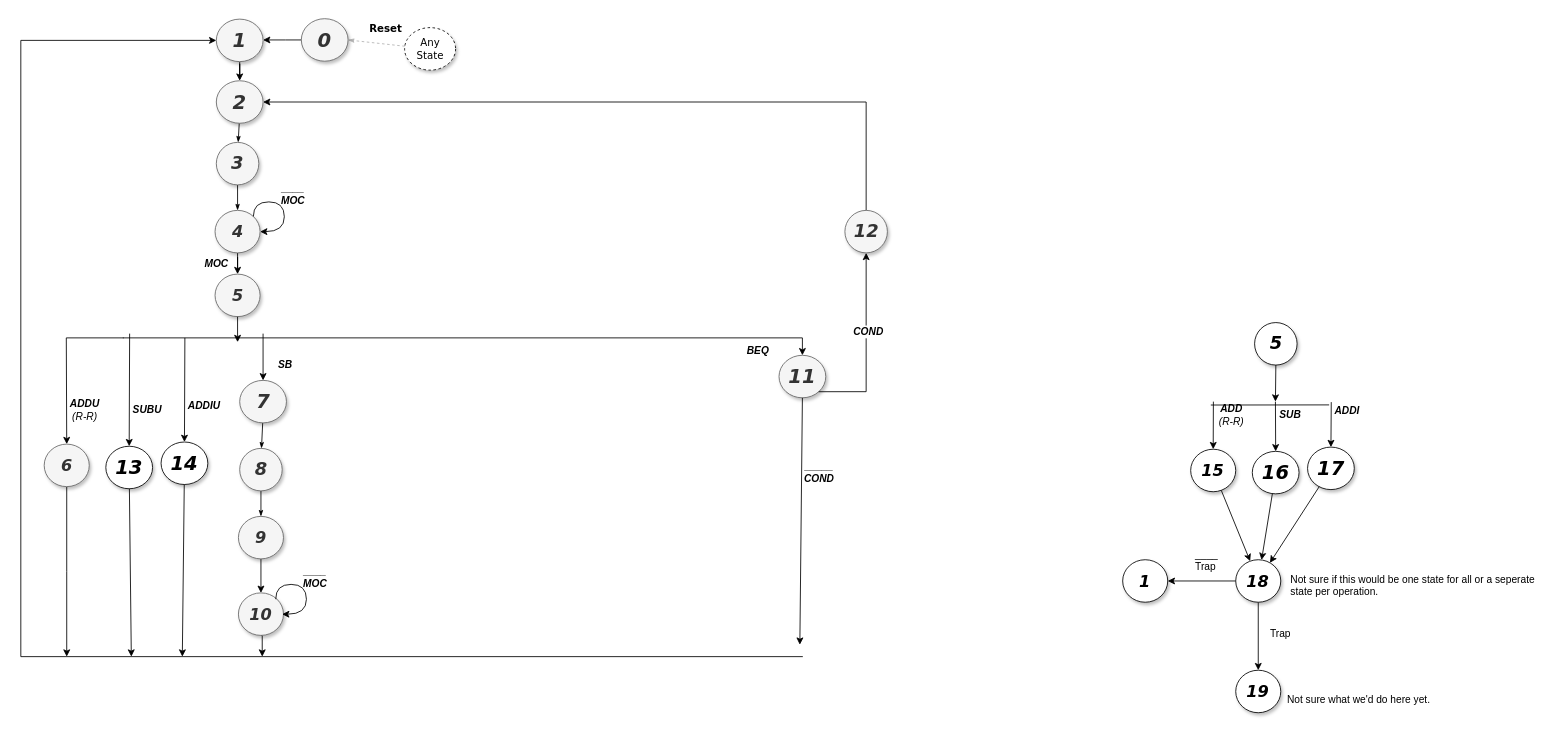
Earlier version of the draw.io diagram CPU_State_Diag.drawio (TheParodicts/MIPS_CPU_Diagram). Source tidied: cells renumbered, new cells numbered last; positions are measured from the earlier drawing's top-left corner, leaving out a move shared by most shapes. Both pictures are drawn from the tidied source at 85%, with x=0, y=0 at pixel (20, 19).
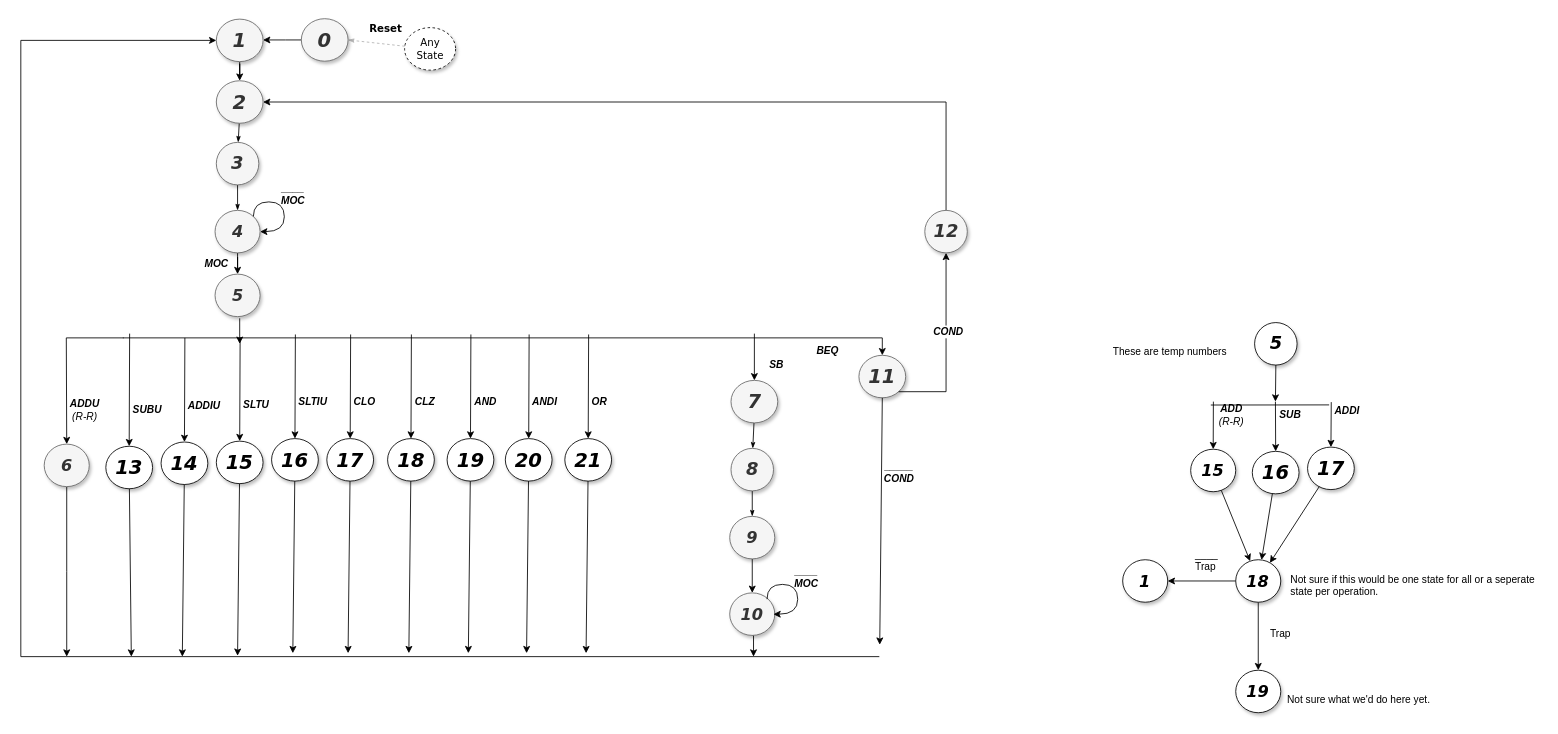
The same diagram, later.

The change refers to these unchanged cells:
```xml
<mxCell id="5" value="&lt;b&gt;&lt;i&gt;&lt;font style=&quot;font-size: 23px&quot;&gt;2&lt;/font&gt;&lt;/i&gt;&lt;/b&gt;" style="ellipse;whiteSpace=wrap;html=1;rounded=0;shadow=1;comic=0;labelBackgroundColor=none;strokeColor=#666666;strokeWidth=1;fillColor=#f5f5f5;fontFamily=Verdana;fontSize=12;fontColor=#333333;align=center;" parent="1" vertex="1">
  <mxGeometry x="230" y="72.5" width="55" height="50" as="geometry" />
</mxCell>
<mxCell id="9" value="&lt;b&gt;&lt;i&gt;&lt;font style=&quot;font-size: 23px&quot;&gt;1&lt;/font&gt;&lt;/i&gt;&lt;/b&gt;" style="ellipse;whiteSpace=wrap;html=1;rounded=0;shadow=1;comic=0;labelBackgroundColor=none;strokeColor=#666666;strokeWidth=1;fillColor=#f5f5f5;fontFamily=Verdana;fontSize=12;fontColor=#333333;align=center;" parent="1" vertex="1">
  <mxGeometry x="230" width="55" height="50" as="geometry" />
</mxCell>
<mxCell id="14" value="&lt;span&gt;&lt;b&gt;&lt;i&gt;&lt;font style=&quot;font-size: 19px&quot;&gt;5&lt;/font&gt;&lt;/i&gt;&lt;/b&gt;&lt;/span&gt;" style="ellipse;whiteSpace=wrap;html=1;rounded=0;shadow=1;comic=0;labelBackgroundColor=none;strokeColor=#666666;strokeWidth=1;fillColor=#f5f5f5;fontFamily=Verdana;fontSize=12;fontColor=#333333;align=center;" parent="1" vertex="1">
  <mxGeometry x="228.5" y="300" width="53" height="50" as="geometry" />
</mxCell>
```

The edit, as a diff of the source:
```diff
@@
     <mxCell id="23" style="endArrow=classic;html=1;edgeStyle=orthogonalEdgeStyle;rounded=0;" parent="1" edge="1" target="9">
       <mxGeometry relative="1" as="geometry">
-        <mxPoint x="920" y="750" as="sourcePoint" />
+        <mxPoint x="1010" y="750" as="sourcePoint" />
         <Array as="points">
           <mxPoint y="750" />
           <mxPoint y="25" />
         </Array>
       </mxGeometry>
     </mxCell>
@@
     <mxCell id="25" value="&lt;span style=&quot;font-size: 23px&quot;&gt;&lt;b&gt;&lt;i&gt;7&lt;/i&gt;&lt;/b&gt;&lt;/span&gt;" style="ellipse;whiteSpace=wrap;html=1;rounded=0;shadow=1;comic=0;labelBackgroundColor=none;strokeColor=#666666;strokeWidth=1;fillColor=#f5f5f5;fontFamily=Verdana;fontSize=12;fontColor=#333333;align=center;" parent="1" vertex="1">
-      <mxGeometry x="257.5" y="425" width="55" height="50" as="geometry" />
+      <mxGeometry x="835.5" y="425" width="55" height="50" as="geometry" />
     </mxCell>
@@
     <mxCell id="27" value="&lt;span&gt;&lt;b&gt;&lt;i&gt;&lt;font style=&quot;font-size: 21px&quot;&gt;8&lt;/font&gt;&lt;/i&gt;&lt;/b&gt;&lt;/span&gt;" style="ellipse;whiteSpace=wrap;html=1;rounded=0;shadow=1;comic=0;labelBackgroundColor=none;strokeColor=#666666;strokeWidth=1;fillColor=#f5f5f5;fontFamily=Verdana;fontSize=12;fontColor=#333333;align=center;" parent="1" vertex="1">
-      <mxGeometry x="257.5" y="505" width="50" height="50" as="geometry" />
+      <mxGeometry x="835.5" y="505" width="50" height="50" as="geometry" />
     </mxCell>
@@
     <mxCell id="29" value="&lt;span&gt;&lt;b&gt;&lt;i&gt;&lt;font style=&quot;font-size: 19px&quot;&gt;9&lt;/font&gt;&lt;/i&gt;&lt;/b&gt;&lt;/span&gt;" style="ellipse;whiteSpace=wrap;html=1;rounded=0;shadow=1;comic=0;labelBackgroundColor=none;strokeColor=#666666;strokeWidth=1;fillColor=#f5f5f5;fontFamily=Verdana;fontSize=12;fontColor=#333333;align=center;" parent="1" vertex="1">
-      <mxGeometry x="256" y="585" width="53" height="50" as="geometry" />
+      <mxGeometry x="834" y="585" width="53" height="50" as="geometry" />
     </mxCell>
     <mxCell id="30" style="edgeStyle=orthogonalEdgeStyle;rounded=0;jettySize=auto;html=1;exitX=0.5;exitY=1;exitDx=0;exitDy=0;strokeColor=#000000;" parent="1" edge="1" source="31">
       <mxGeometry relative="1" as="geometry">
-        <mxPoint x="284" y="750" as="targetPoint" />
+        <mxPoint x="862" y="750" as="targetPoint" />
       </mxGeometry>
     </mxCell>
     <mxCell id="31" value="&lt;span&gt;&lt;b&gt;&lt;i&gt;&lt;font style=&quot;font-size: 19px&quot;&gt;10&lt;/font&gt;&lt;/i&gt;&lt;/b&gt;&lt;/span&gt;" style="ellipse;whiteSpace=wrap;html=1;rounded=0;shadow=1;comic=0;labelBackgroundColor=none;strokeColor=#666666;strokeWidth=1;fillColor=#f5f5f5;fontFamily=Verdana;fontSize=12;fontColor=#333333;align=center;" parent="1" vertex="1">
-      <mxGeometry x="256" y="675" width="53" height="50" as="geometry" />
+      <mxGeometry x="834" y="675" width="53" height="50" as="geometry" />
     </mxCell>
     <mxCell id="32" style="edgeStyle=orthogonalEdgeStyle;rounded=0;orthogonalLoop=1;jettySize=auto;html=1;exitX=1;exitY=0;exitDx=0;exitDy=0;entryX=1;entryY=0.5;entryDx=0;entryDy=0;curved=1;" parent="1" edge="1">
       <mxGeometry relative="1" as="geometry">
-        <mxPoint x="299.9" y="682.4" as="sourcePoint" />
-        <mxPoint x="307.4" y="700.1" as="targetPoint" />
+        <mxPoint x="877.9" y="682.4" as="sourcePoint" />
+        <mxPoint x="885.4" y="700.1" as="targetPoint" />
         <Array as="points">
-          <mxPoint x="300" y="665" />
-          <mxPoint x="336" y="665" />
-          <mxPoint x="336" y="700" />
+          <mxPoint x="878" y="665" />
+          <mxPoint x="914" y="665" />
+          <mxPoint x="914" y="700" />
         </Array>
       </mxGeometry>
     </mxCell>
@@
     <mxCell id="34" value="&lt;span style=&quot;font-size: 23px&quot;&gt;&lt;b&gt;&lt;i&gt;11&lt;/i&gt;&lt;/b&gt;&lt;/span&gt;" style="ellipse;whiteSpace=wrap;html=1;rounded=0;shadow=1;comic=0;labelBackgroundColor=none;strokeColor=#666666;strokeWidth=1;fillColor=#f5f5f5;fontFamily=Verdana;fontSize=12;fontColor=#333333;align=center;" parent="1" vertex="1">
-      <mxGeometry x="892" y="395.5" width="55" height="50" as="geometry" />
+      <mxGeometry x="986" y="395.5" width="55" height="50" as="geometry" />
     </mxCell>
     <mxCell id="35" style="rounded=0;jumpSize=0;jettySize=auto;html=1;exitX=0.5;exitY=1;exitDx=0;exitDy=0;strokeColor=#000000;" parent="1" edge="1" source="34">
       <mxGeometry relative="1" as="geometry">
-        <mxPoint x="916.5" y="736" as="targetPoint" />
+        <mxPoint x="1010.5" y="736" as="targetPoint" />
       </mxGeometry>
     </mxCell>
@@
     <mxCell id="39" style="edgeStyle=orthogonalEdgeStyle;rounded=0;jumpSize=0;jettySize=auto;html=1;strokeColor=#000000;entryX=1;entryY=0.5;entryDx=0;entryDy=0;" parent="1" edge="1" source="40" target="5">
       <mxGeometry relative="1" as="geometry">
         <Array as="points">
-          <mxPoint x="995" y="98" />
+          <mxPoint x="1089" y="98" />
         </Array>
       </mxGeometry>
     </mxCell>
     <mxCell id="40" value="&lt;span&gt;&lt;b&gt;&lt;i&gt;&lt;font style=&quot;font-size: 21px&quot;&gt;12&lt;/font&gt;&lt;/i&gt;&lt;/b&gt;&lt;/span&gt;" style="ellipse;whiteSpace=wrap;html=1;rounded=0;shadow=1;comic=0;labelBackgroundColor=none;strokeColor=#666666;strokeWidth=1;fillColor=#f5f5f5;fontFamily=Verdana;fontSize=12;fontColor=#333333;align=center;" parent="1" vertex="1">
-      <mxGeometry x="969.5" y="225" width="50" height="50" as="geometry" />
+      <mxGeometry x="1063.5" y="225" width="50" height="50" as="geometry" />
     </mxCell>
     <mxCell id="41" style="endArrow=classic;html=1;strokeColor=#000000;edgeStyle=orthogonalEdgeStyle;rounded=0;jumpSize=0;entryX=0.5;entryY=0;entryDx=0;entryDy=0;" parent="1" edge="1" target="34">
       <mxGeometry relative="1" as="geometry">
         <mxPoint x="120" y="375" as="sourcePoint" />
         <Array as="points">
-          <mxPoint x="920" y="375" />
+          <mxPoint x="1014" y="375" />
         </Array>
       </mxGeometry>
     </mxCell>
@@
     <mxCell id="43" style="endArrow=classic;html=1;" parent="1" edge="1" target="25">
       <mxGeometry relative="1" as="geometry">
-        <mxPoint x="285" y="370" as="sourcePoint" />
+        <mxPoint x="863" y="370" as="sourcePoint" />
       </mxGeometry>
     </mxCell>
     <mxCell id="44" value="&lt;b&gt;&lt;i&gt;SB&lt;/i&gt;&lt;/b&gt;" style="text;html=1;align=left;verticalAlign=top;spacingTop=-4;" parent="1" vertex="1">
-      <mxGeometry x="301" y="397" width="30" height="20" as="geometry" />
+      <mxGeometry x="879" y="397" width="30" height="20" as="geometry" />
     </mxCell>
-    <mxCell id="45" style="endArrow=classic;html=1;" parent="1" edge="1" source="14">
+    <mxCell id="45" style="endArrow=classic;html=1;" parent="1" edge="1">
       <mxGeometry relative="1" as="geometry">
-        <mxPoint x="255" y="380" as="targetPoint" />
+        <mxPoint x="257.5" y="352" as="sourcePoint" />
+        <mxPoint x="257.5" y="382" as="targetPoint" />
       </mxGeometry>
     </mxCell>
@@
+    <mxCell id="77" value="&lt;span style=&quot;font-size: 23px&quot;&gt;&lt;b&gt;&lt;i&gt;15&lt;/i&gt;&lt;/b&gt;&lt;/span&gt;" style="ellipse;whiteSpace=wrap;html=1;rounded=0;shadow=1;comic=0;labelBackgroundColor=none;strokeColor=#000000;strokeWidth=1;fillColor=#FFFFFF;fontFamily=Verdana;fontSize=12;fontColor=#000000;align=center;" parent="1" vertex="1">
+      <mxGeometry x="230" y="496.5" width="55" height="50" as="geometry" />
+    </mxCell>
+    <mxCell id="78" style="endArrow=classic;html=1;" parent="1" edge="1" target="77">
+      <mxGeometry relative="1" as="geometry">
+        <mxPoint x="258" y="374" as="sourcePoint" />
+      </mxGeometry>
+    </mxCell>
+    <mxCell id="79" value="&lt;b&gt;&lt;i&gt;SLTU&lt;/i&gt;&lt;/b&gt;" style="text;html=1;align=left;verticalAlign=top;spacingTop=-4;" parent="1" vertex="1">
+      <mxGeometry x="260" y="444" width="50" height="20" as="geometry" />
+    </mxCell>
+    <mxCell id="80" style="rounded=0;jettySize=auto;html=1;" parent="1" edge="1" source="77">
+      <mxGeometry relative="1" as="geometry">
+        <mxPoint x="255" y="749" as="targetPoint" />
+      </mxGeometry>
+    </mxCell>
+    <mxCell id="81" value="These are temp numbers" style="text;html=1;align=left;verticalAlign=top;spacingTop=-4;" parent="1" vertex="1">
+      <mxGeometry x="1283" y="382" width="150" height="20" as="geometry" />
+    </mxCell>
+    <mxCell id="82" value="&lt;span style=&quot;font-size: 23px&quot;&gt;&lt;b&gt;&lt;i&gt;16&lt;/i&gt;&lt;/b&gt;&lt;/span&gt;" style="ellipse;whiteSpace=wrap;html=1;rounded=0;shadow=1;comic=0;labelBackgroundColor=none;strokeColor=#000000;strokeWidth=1;fillColor=#FFFFFF;fontFamily=Verdana;fontSize=12;fontColor=#000000;align=center;" parent="1" vertex="1">
+      <mxGeometry x="295" y="493.5" width="55" height="50" as="geometry" />
+    </mxCell>
+    <mxCell id="83" style="endArrow=classic;html=1;" parent="1" edge="1" target="82">
+      <mxGeometry relative="1" as="geometry">
+        <mxPoint x="323" y="371" as="sourcePoint" />
+      </mxGeometry>
+    </mxCell>
+    <mxCell id="84" value="&lt;b&gt;&lt;i&gt;SLTIU&lt;/i&gt;&lt;/b&gt;" style="text;html=1;align=left;verticalAlign=top;spacingTop=-4;" parent="1" vertex="1">
+      <mxGeometry x="325" y="441" width="50" height="20" as="geometry" />
+    </mxCell>
+    <mxCell id="85" style="rounded=0;jettySize=auto;html=1;" parent="1" edge="1" source="82">
+      <mxGeometry relative="1" as="geometry">
+        <mxPoint x="320" y="746" as="targetPoint" />
+      </mxGeometry>
+    </mxCell>
+    <mxCell id="86" value="&lt;span style=&quot;font-size: 23px&quot;&gt;&lt;b&gt;&lt;i&gt;17&lt;/i&gt;&lt;/b&gt;&lt;/span&gt;" style="ellipse;whiteSpace=wrap;html=1;rounded=0;shadow=1;comic=0;labelBackgroundColor=none;strokeColor=#000000;strokeWidth=1;fillColor=#FFFFFF;fontFamily=Verdana;fontSize=12;fontColor=#000000;align=center;" parent="1" vertex="1">
+      <mxGeometry x="360" y="493.5" width="55" height="50" as="geometry" />
+    </mxCell>
+    <mxCell id="87" style="endArrow=classic;html=1;" parent="1" edge="1" target="86">
+      <mxGeometry relative="1" as="geometry">
+        <mxPoint x="388" y="371" as="sourcePoint" />
+      </mxGeometry>
+    </mxCell>
+    <mxCell id="88" value="&lt;b&gt;&lt;i&gt;CLO&lt;/i&gt;&lt;/b&gt;" style="text;html=1;align=left;verticalAlign=top;spacingTop=-4;" parent="1" vertex="1">
+      <mxGeometry x="390" y="441" width="40" height="20" as="geometry" />
+    </mxCell>
+    <mxCell id="89" style="rounded=0;jettySize=auto;html=1;" parent="1" edge="1" source="86">
+      <mxGeometry relative="1" as="geometry">
+        <mxPoint x="385" y="746" as="targetPoint" />
+      </mxGeometry>
+    </mxCell>
+    <mxCell id="90" value="&lt;span style=&quot;font-size: 23px&quot;&gt;&lt;b&gt;&lt;i&gt;18&lt;/i&gt;&lt;/b&gt;&lt;/span&gt;" style="ellipse;whiteSpace=wrap;html=1;rounded=0;shadow=1;comic=0;labelBackgroundColor=none;strokeColor=#000000;strokeWidth=1;fillColor=#FFFFFF;fontFamily=Verdana;fontSize=12;fontColor=#000000;align=center;" parent="1" vertex="1">
+      <mxGeometry x="431.5" y="493.5" width="55" height="50" as="geometry" />
+    </mxCell>
+    <mxCell id="91" style="endArrow=classic;html=1;" parent="1" edge="1" target="90">
+      <mxGeometry relative="1" as="geometry">
+        <mxPoint x="459.5" y="371" as="sourcePoint" />
+      </mxGeometry>
+    </mxCell>
+    <mxCell id="92" value="&lt;b&gt;&lt;i&gt;CLZ&lt;/i&gt;&lt;/b&gt;" style="text;html=1;align=left;verticalAlign=top;spacingTop=-4;" parent="1" vertex="1">
+      <mxGeometry x="461.5" y="441" width="40" height="20" as="geometry" />
+    </mxCell>
+    <mxCell id="93" style="rounded=0;jettySize=auto;html=1;" parent="1" edge="1" source="90">
+      <mxGeometry relative="1" as="geometry">
+        <mxPoint x="456.5" y="746" as="targetPoint" />
+      </mxGeometry>
+    </mxCell>
+    <mxCell id="94" value="&lt;span style=&quot;font-size: 23px&quot;&gt;&lt;b&gt;&lt;i&gt;19&lt;/i&gt;&lt;/b&gt;&lt;/span&gt;" style="ellipse;whiteSpace=wrap;html=1;rounded=0;shadow=1;comic=0;labelBackgroundColor=none;strokeColor=#000000;strokeWidth=1;fillColor=#FFFFFF;fontFamily=Verdana;fontSize=12;fontColor=#000000;align=center;" parent="1" vertex="1">
+      <mxGeometry x="501.5" y="493.5" width="55" height="50" as="geometry" />
+    </mxCell>
+    <mxCell id="95" style="endArrow=classic;html=1;" parent="1" edge="1" target="94">
+      <mxGeometry relative="1" as="geometry">
+        <mxPoint x="529.5" y="371" as="sourcePoint" />
+      </mxGeometry>
+    </mxCell>
+    <mxCell id="96" value="&lt;b&gt;&lt;i&gt;AND&lt;/i&gt;&lt;/b&gt;" style="text;html=1;align=left;verticalAlign=top;spacingTop=-4;" parent="1" vertex="1">
+      <mxGeometry x="531.5" y="441" width="40" height="20" as="geometry" />
+    </mxCell>
+    <mxCell id="97" style="rounded=0;jettySize=auto;html=1;" parent="1" edge="1" source="94">
+      <mxGeometry relative="1" as="geometry">
+        <mxPoint x="526.5" y="746" as="targetPoint" />
+      </mxGeometry>
+    </mxCell>
+    <mxCell id="98" value="&lt;span style=&quot;font-size: 23px&quot;&gt;&lt;b&gt;&lt;i&gt;20&lt;/i&gt;&lt;/b&gt;&lt;/span&gt;" style="ellipse;whiteSpace=wrap;html=1;rounded=0;shadow=1;comic=0;labelBackgroundColor=none;strokeColor=#000000;strokeWidth=1;fillColor=#FFFFFF;fontFamily=Verdana;fontSize=12;fontColor=#000000;align=center;" parent="1" vertex="1">
+      <mxGeometry x="570" y="493.5" width="55" height="50" as="geometry" />
+    </mxCell>
+    <mxCell id="99" style="endArrow=classic;html=1;" parent="1" edge="1" target="98">
+      <mxGeometry relative="1" as="geometry">
+        <mxPoint x="598" y="371" as="sourcePoint" />
+      </mxGeometry>
+    </mxCell>
+    <mxCell id="100" value="&lt;b&gt;&lt;i&gt;ANDI&lt;/i&gt;&lt;/b&gt;" style="text;html=1;align=left;verticalAlign=top;spacingTop=-4;" parent="1" vertex="1">
+      <mxGeometry x="600" y="441" width="40" height="20" as="geometry" />
+    </mxCell>
+    <mxCell id="101" style="rounded=0;jettySize=auto;html=1;" parent="1" edge="1" source="98">
+      <mxGeometry relative="1" as="geometry">
+        <mxPoint x="595" y="746" as="targetPoint" />
+      </mxGeometry>
+    </mxCell>
+    <mxCell id="102" value="&lt;span style=&quot;font-size: 23px&quot;&gt;&lt;b&gt;&lt;i&gt;21&lt;/i&gt;&lt;/b&gt;&lt;/span&gt;" style="ellipse;whiteSpace=wrap;html=1;rounded=0;shadow=1;comic=0;labelBackgroundColor=none;strokeColor=#000000;strokeWidth=1;fillColor=#FFFFFF;fontFamily=Verdana;fontSize=12;fontColor=#000000;align=center;" parent="1" vertex="1">
+      <mxGeometry x="640" y="493.5" width="55" height="50" as="geometry" />
+    </mxCell>
+    <mxCell id="103" style="endArrow=classic;html=1;" parent="1" edge="1" target="102">
+      <mxGeometry relative="1" as="geometry">
+        <mxPoint x="668" y="371" as="sourcePoint" />
+      </mxGeometry>
+    </mxCell>
+    <mxCell id="104" value="&lt;b&gt;&lt;i&gt;OR&lt;/i&gt;&lt;/b&gt;" style="text;html=1;align=left;verticalAlign=top;spacingTop=-4;" parent="1" vertex="1">
+      <mxGeometry x="670" y="441" width="30" height="20" as="geometry" />
+    </mxCell>
+    <mxCell id="105" style="rounded=0;jettySize=auto;html=1;" parent="1" edge="1" source="102">
+      <mxGeometry relative="1" as="geometry">
+        <mxPoint x="665" y="746" as="targetPoint" />
+      </mxGeometry>
+    </mxCell>
```
